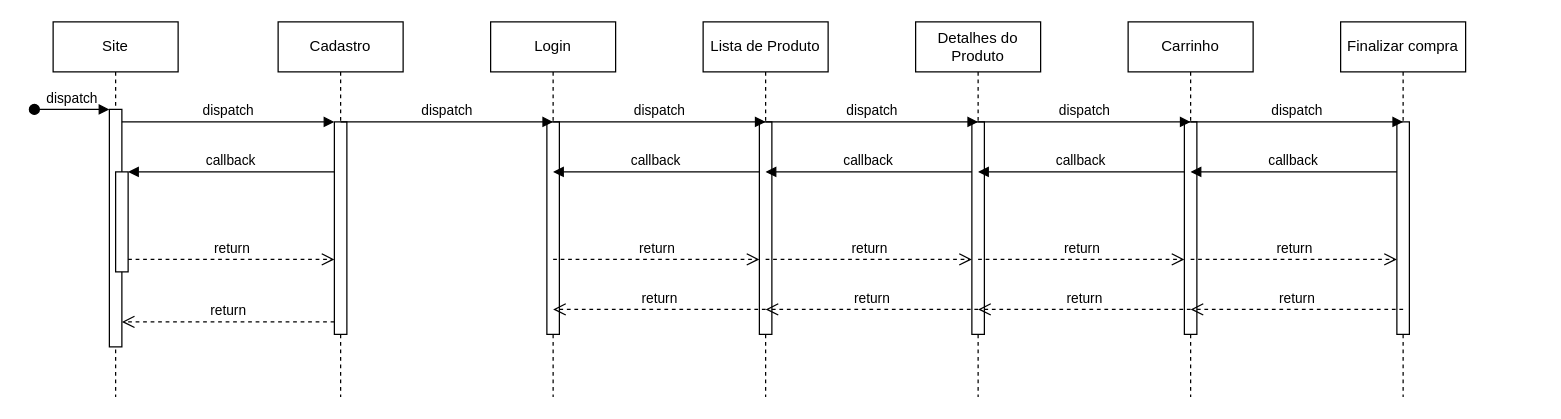
Above: Diagrama sem nome.drawio in kaiquecandido77/TECNINFO (draw.io), before the change. Source tidied: cells renumbered, new cells numbered last; positions are measured from the earlier drawing's top-left corner, leaving out a move shared by most shapes. Both pictures are drawn from the tidied source at 125%, with x=0, y=0 at pixel (34, 21).
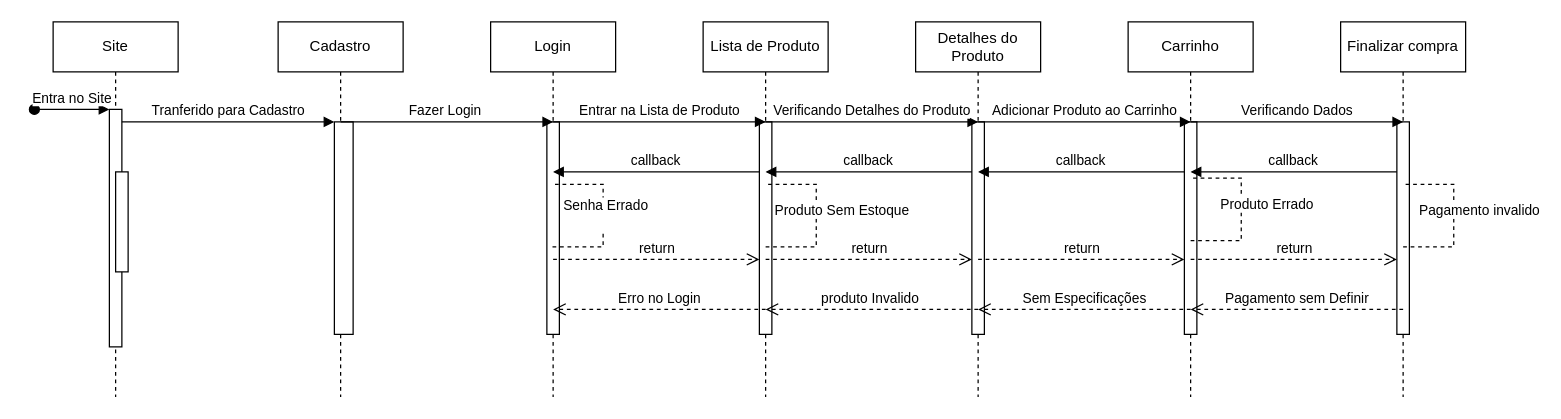
The same diagram, later.

The change refers to these unchanged cells:
```xml
<mxCell id="2" value="Site" style="shape=umlLifeline;perimeter=lifelinePerimeter;whiteSpace=wrap;html=1;newEdgeStyle={&quot;edgeStyle&quot;:&quot;elbowEdgeStyle&quot;,&quot;elbow&quot;:&quot;vertical&quot;,&quot;curved&quot;:0,&quot;rounded&quot;:0};" parent="1" vertex="1">
  <mxGeometry x="15" width="100" height="300" as="geometry" />
</mxCell>
<mxCell id="3" style="html=1;points=[];perimeter=orthogonalPerimeter;outlineConnect=0;targetShapes=umlLifeline;portConstraint=eastwest;newEdgeStyle={&quot;edgeStyle&quot;:&quot;elbowEdgeStyle&quot;,&quot;elbow&quot;:&quot;vertical&quot;,&quot;curved&quot;:0,&quot;rounded&quot;:0};" parent="2" vertex="1">
  <mxGeometry x="45" y="70" width="10" height="190" as="geometry" />
</mxCell>
<mxCell id="5" style="html=1;points=[];perimeter=orthogonalPerimeter;outlineConnect=0;targetShapes=umlLifeline;portConstraint=eastwest;newEdgeStyle={&quot;edgeStyle&quot;:&quot;elbowEdgeStyle&quot;,&quot;elbow&quot;:&quot;vertical&quot;,&quot;curved&quot;:0,&quot;rounded&quot;:0};" parent="2" vertex="1">
  <mxGeometry x="50" y="120" width="10" height="80" as="geometry" />
</mxCell>
<mxCell id="6" value="Cadastro" style="shape=umlLifeline;perimeter=lifelinePerimeter;whiteSpace=wrap;html=1;outlineConnect=0;portConstraint=eastwest;newEdgeStyle={&quot;edgeStyle&quot;:&quot;elbowEdgeStyle&quot;,&quot;elbow&quot;:&quot;vertical&quot;,&quot;curved&quot;:0,&quot;rounded&quot;:0};" parent="1" vertex="1">
  <mxGeometry x="195" width="100" height="300" as="geometry" />
</mxCell>
```

The edit, as a diff of the source:
```diff
@@
-    <mxCell id="4" value="dispatch" style="html=1;verticalAlign=bottom;startArrow=oval;endArrow=block;startSize=8;edgeStyle=elbowEdgeStyle;elbow=vertical;curved=0;rounded=0;" parent="2" edge="1" target="3">
+    <mxCell id="4" value="Entra no Site" style="html=1;verticalAlign=bottom;startArrow=oval;endArrow=block;startSize=8;edgeStyle=elbowEdgeStyle;elbow=vertical;curved=0;rounded=0;" parent="2" edge="1" target="3">
       <mxGeometry relative="1" as="geometry">
         <mxPoint x="-15" y="70" as="sourcePoint" />
       </mxGeometry>
     </mxCell>
@@
+    <mxCell id="39" style="edgeStyle=elbowEdgeStyle;rounded=0;jettySize=auto;html=1;elbow=vertical;curved=0;" parent="6" edge="1" source="7" target="6">
+      <mxGeometry relative="1" as="geometry" />
+    </mxCell>
     <mxCell id="7" style="html=1;points=[];perimeter=orthogonalPerimeter;outlineConnect=0;targetShapes=umlLifeline;portConstraint=eastwest;newEdgeStyle={&quot;edgeStyle&quot;:&quot;elbowEdgeStyle&quot;,&quot;elbow&quot;:&quot;vertical&quot;,&quot;curved&quot;:0,&quot;rounded&quot;:0};" parent="6" vertex="1">
-      <mxGeometry x="45" y="80" width="10" height="170" as="geometry" />
+      <mxGeometry x="45" y="80" width="15" height="170" as="geometry" />
     </mxCell>
-    <mxCell id="8" value="dispatch" style="html=1;verticalAlign=bottom;endArrow=block;edgeStyle=elbowEdgeStyle;elbow=vertical;curved=0;rounded=0;" parent="1" edge="1" source="3" target="7">
+    <mxCell id="8" value="Tranferido para Cadastro" style="html=1;verticalAlign=bottom;endArrow=block;edgeStyle=elbowEdgeStyle;elbow=vertical;curved=0;rounded=0;" parent="1" edge="1" source="3" target="7">
       <mxGeometry relative="1" as="geometry">
         <Array as="points">
           <mxPoint x="155" y="80" />
         </Array>
       </mxGeometry>
     </mxCell>
-    <mxCell id="9" value="return" style="html=1;verticalAlign=bottom;endArrow=open;dashed=1;endSize=8;edgeStyle=elbowEdgeStyle;elbow=vertical;curved=0;rounded=0;" parent="1" edge="1" source="7" target="3">
-      <mxGeometry relative="1" as="geometry">
-        <Array as="points">
-          <mxPoint x="165" y="240" />
-        </Array>
-      </mxGeometry>
-    </mxCell>
-    <mxCell id="10" value="callback" style="html=1;verticalAlign=bottom;endArrow=block;edgeStyle=elbowEdgeStyle;elbow=vertical;curved=0;rounded=0;" parent="1" edge="1" source="7" target="5">
-      <mxGeometry relative="1" as="geometry">
-        <Array as="points">
-          <mxPoint x="165" y="120" />
-        </Array>
-      </mxGeometry>
-    </mxCell>
-    <mxCell id="11" value="return" style="html=1;verticalAlign=bottom;endArrow=open;dashed=1;endSize=8;edgeStyle=elbowEdgeStyle;elbow=vertical;curved=0;rounded=0;" parent="1" edge="1" source="5" target="7">
-      <mxGeometry relative="1" as="geometry">
-        <Array as="points">
-          <mxPoint x="155" y="190" />
-        </Array>
-      </mxGeometry>
-    </mxCell>
@@
-    <mxCell id="14" value="dispatch" style="html=1;verticalAlign=bottom;endArrow=block;edgeStyle=elbowEdgeStyle;elbow=vertical;curved=0;rounded=0;" parent="1" edge="1">
+    <mxCell id="14" value="Fazer Login&amp;nbsp;" style="html=1;verticalAlign=bottom;endArrow=block;edgeStyle=elbowEdgeStyle;elbow=horizontal;curved=0;rounded=0;" parent="1" edge="1">
       <mxGeometry relative="1" as="geometry">
         <mxPoint x="245" y="80" as="sourcePoint" />
         <mxPoint x="415" y="80" as="targetPoint" />
         <Array as="points">
           <mxPoint x="330" y="80" />
         </Array>
       </mxGeometry>
     </mxCell>
@@
-    <mxCell id="17" value="dispatch" style="html=1;verticalAlign=bottom;endArrow=block;edgeStyle=elbowEdgeStyle;elbow=vertical;curved=0;rounded=0;" parent="1" edge="1">
+    <mxCell id="17" value="Entrar na Lista de Produto" style="html=1;verticalAlign=bottom;endArrow=block;edgeStyle=elbowEdgeStyle;elbow=vertical;curved=0;rounded=0;" parent="1" edge="1">
       <mxGeometry relative="1" as="geometry">
         <mxPoint x="415" y="80" as="sourcePoint" />
         <mxPoint x="585" y="80" as="targetPoint" />
         <Array as="points">
           <mxPoint x="500" y="80" />
         </Array>
       </mxGeometry>
     </mxCell>
@@
-    <mxCell id="25" value="return" style="html=1;verticalAlign=bottom;endArrow=open;dashed=1;endSize=8;edgeStyle=elbowEdgeStyle;elbow=vertical;curved=0;rounded=0;" parent="1" edge="1">
-      <mxGeometry relative="1" as="geometry">
-        <mxPoint x="415" y="190" as="sourcePoint" />
-        <mxPoint x="580" y="190" as="targetPoint" />
-        <Array as="points">
-          <mxPoint x="495" y="190" />
-        </Array>
-      </mxGeometry>
-    </mxCell>
-    <mxCell id="26" value="return" style="html=1;verticalAlign=bottom;endArrow=open;dashed=1;endSize=8;edgeStyle=elbowEdgeStyle;elbow=vertical;curved=0;rounded=0;" parent="1" edge="1">
+    <mxCell id="26" value="Erro no Login" style="html=1;verticalAlign=bottom;endArrow=open;dashed=1;endSize=8;edgeStyle=elbowEdgeStyle;elbow=vertical;curved=0;rounded=0;" parent="1" edge="1">
       <mxGeometry relative="1" as="geometry">
         <mxPoint x="585" y="230" as="sourcePoint" />
         <mxPoint x="415" y="230" as="targetPoint" />
         <Array as="points">
           <mxPoint x="510" y="230" />
         </Array>
       </mxGeometry>
     </mxCell>
-    <mxCell id="27" value="dispatch" style="html=1;verticalAlign=bottom;endArrow=block;edgeStyle=elbowEdgeStyle;elbow=vertical;curved=0;rounded=0;" parent="1" edge="1">
+    <mxCell id="27" value="Verificando Detalhes do Produto" style="html=1;verticalAlign=bottom;endArrow=block;edgeStyle=elbowEdgeStyle;elbow=vertical;curved=0;rounded=0;" parent="1" edge="1">
       <mxGeometry relative="1" as="geometry">
         <mxPoint x="585" y="80" as="sourcePoint" />
         <mxPoint x="755" y="80" as="targetPoint" />
         <Array as="points">
           <mxPoint x="670" y="80" />
         </Array>
       </mxGeometry>
     </mxCell>
@@
-    <mxCell id="30" value="return" style="html=1;verticalAlign=bottom;endArrow=open;dashed=1;endSize=8;edgeStyle=elbowEdgeStyle;elbow=vertical;curved=0;rounded=0;" parent="1" edge="1">
+    <mxCell id="30" value="produto Invalido&amp;nbsp;" style="html=1;verticalAlign=bottom;endArrow=open;dashed=1;endSize=8;edgeStyle=elbowEdgeStyle;elbow=vertical;curved=0;rounded=0;" parent="1" edge="1">
       <mxGeometry relative="1" as="geometry">
         <mxPoint x="755" y="230" as="sourcePoint" />
         <mxPoint x="585" y="230" as="targetPoint" />
         <Array as="points">
           <mxPoint x="680" y="230" />
         </Array>
       </mxGeometry>
     </mxCell>
-    <mxCell id="31" value="dispatch" style="html=1;verticalAlign=bottom;endArrow=block;edgeStyle=elbowEdgeStyle;elbow=vertical;curved=0;rounded=0;" parent="1" edge="1">
+    <mxCell id="31" value="Adicionar Produto ao Carrinho" style="html=1;verticalAlign=bottom;endArrow=block;edgeStyle=elbowEdgeStyle;elbow=vertical;curved=0;rounded=0;" parent="1" edge="1">
       <mxGeometry relative="1" as="geometry">
         <mxPoint x="755" y="80" as="sourcePoint" />
         <mxPoint x="925" y="80" as="targetPoint" />
         <Array as="points">
           <mxPoint x="840" y="80" />
         </Array>
       </mxGeometry>
     </mxCell>
@@
-    <mxCell id="34" value="return" style="html=1;verticalAlign=bottom;endArrow=open;dashed=1;endSize=8;edgeStyle=elbowEdgeStyle;elbow=vertical;curved=0;rounded=0;" parent="1" edge="1">
+    <mxCell id="34" value="Sem Especificações" style="html=1;verticalAlign=bottom;endArrow=open;dashed=1;endSize=8;edgeStyle=elbowEdgeStyle;elbow=vertical;curved=0;rounded=0;" parent="1" edge="1">
       <mxGeometry relative="1" as="geometry">
         <mxPoint x="925" y="230" as="sourcePoint" />
         <mxPoint x="755" y="230" as="targetPoint" />
         <Array as="points">
           <mxPoint x="850" y="230" />
         </Array>
       </mxGeometry>
     </mxCell>
-    <mxCell id="35" value="dispatch" style="html=1;verticalAlign=bottom;endArrow=block;edgeStyle=elbowEdgeStyle;elbow=vertical;curved=0;rounded=0;" parent="1" edge="1">
+    <mxCell id="35" value="Verificando Dados" style="html=1;verticalAlign=bottom;endArrow=block;edgeStyle=elbowEdgeStyle;elbow=vertical;curved=0;rounded=0;" parent="1" edge="1">
       <mxGeometry relative="1" as="geometry">
         <mxPoint x="925" y="80" as="sourcePoint" />
         <mxPoint x="1095" y="80" as="targetPoint" />
         <Array as="points">
           <mxPoint x="1010" y="80" />
         </Array>
       </mxGeometry>
     </mxCell>
@@
-    <mxCell id="38" value="return" style="html=1;verticalAlign=bottom;endArrow=open;dashed=1;endSize=8;edgeStyle=elbowEdgeStyle;elbow=vertical;curved=0;rounded=0;" parent="1" edge="1">
+    <mxCell id="38" value="Pagamento sem Definir" style="html=1;verticalAlign=bottom;endArrow=open;dashed=1;endSize=8;edgeStyle=elbowEdgeStyle;elbow=vertical;curved=0;rounded=0;" parent="1" edge="1">
       <mxGeometry relative="1" as="geometry">
         <mxPoint x="1095" y="230" as="sourcePoint" />
         <mxPoint x="925" y="230" as="targetPoint" />
         <Array as="points">
           <mxPoint x="1020" y="230" />
         </Array>
       </mxGeometry>
     </mxCell>
+    <mxCell id="40" style="endArrow=none;dashed=1;html=1;rounded=0;" parent="1" edge="1">
+      <mxGeometry relative="1" as="geometry">
+        <mxPoint x="414.5" y="180" as="sourcePoint" />
+        <mxPoint x="414.5" y="130" as="targetPoint" />
+        <Array as="points">
+          <mxPoint x="455" y="180" />
+          <mxPoint x="455" y="130" />
+        </Array>
+      </mxGeometry>
+    </mxCell>
+    <mxCell id="41" value="Senha Errado&lt;div&gt;&amp;nbsp;&lt;/div&gt;" style="edgeLabel;html=1;align=center;verticalAlign=middle;" parent="40" vertex="1">
+      <mxGeometry x="0.03" y="-1" relative="1" as="geometry" />
+    </mxCell>
+    <mxCell id="42" style="endArrow=none;dashed=1;html=1;rounded=0;" parent="1" edge="1">
+      <mxGeometry relative="1" as="geometry">
+        <mxPoint x="585" y="180" as="sourcePoint" />
+        <mxPoint x="585.5" y="130" as="targetPoint" />
+        <Array as="points">
+          <mxPoint x="625.5" y="180" />
+          <mxPoint x="625.5" y="130" />
+        </Array>
+      </mxGeometry>
+    </mxCell>
+    <mxCell id="43" value="Produto Sem Estoque" style="edgeLabel;html=1;align=center;verticalAlign=middle;" parent="42" vertex="1">
+      <mxGeometry x="0.03" y="-1" relative="1" as="geometry">
+        <mxPoint x="19" y="-3" as="offset" />
+      </mxGeometry>
+    </mxCell>
+    <mxCell id="44" style="endArrow=none;dashed=1;html=1;rounded=0;" parent="1" edge="1">
+      <mxGeometry relative="1" as="geometry">
+        <mxPoint x="1095" y="180" as="sourcePoint" />
+        <mxPoint x="1095.5" y="130" as="targetPoint" />
+        <Array as="points">
+          <mxPoint x="1135.5" y="180" />
+          <mxPoint x="1135.5" y="130" />
+        </Array>
+      </mxGeometry>
+    </mxCell>
+    <mxCell id="45" value="Pagamento invalido" style="edgeLabel;html=1;align=center;verticalAlign=middle;" parent="44" vertex="1">
+      <mxGeometry x="0.03" y="-1" relative="1" as="geometry">
+        <mxPoint x="19" y="-3" as="offset" />
+      </mxGeometry>
+    </mxCell>
+    <mxCell id="46" value="return" style="html=1;verticalAlign=bottom;endArrow=open;dashed=1;endSize=8;edgeStyle=elbowEdgeStyle;elbow=vertical;curved=0;rounded=0;" parent="1" edge="1">
+      <mxGeometry relative="1" as="geometry">
+        <mxPoint x="415" y="190" as="sourcePoint" />
+        <mxPoint x="580" y="190" as="targetPoint" />
+        <Array as="points">
+          <mxPoint x="495" y="190" />
+        </Array>
+      </mxGeometry>
+    </mxCell>
+    <mxCell id="47" style="endArrow=none;dashed=1;html=1;rounded=0;" parent="1" edge="1">
+      <mxGeometry relative="1" as="geometry">
+        <mxPoint x="925" y="175" as="sourcePoint" />
+        <mxPoint x="925.5" y="125" as="targetPoint" />
+        <Array as="points">
+          <mxPoint x="965.5" y="175" />
+          <mxPoint x="965.5" y="125" />
+        </Array>
+      </mxGeometry>
+    </mxCell>
+    <mxCell id="48" value="Produto Errado" style="edgeLabel;html=1;align=center;verticalAlign=middle;" parent="47" vertex="1">
+      <mxGeometry x="0.03" y="-1" relative="1" as="geometry">
+        <mxPoint x="19" y="-3" as="offset" />
+      </mxGeometry>
+    </mxCell>
```
